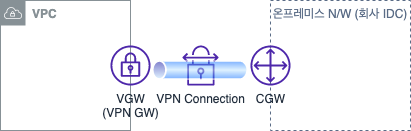
Before: assets/img/dev/2022/1210/1210_design.png, a diagram exported from draw.io (assu10/assu10.github.io). Source tidied: cells renumbered, new cells last; positions are measured from the earlier drawing's top-left corner, leaving out a move shared by most shapes. The source it was exported from:
```xml
<mxGraphModel>
  <root>
    <mxCell id="0" />
    <mxCell id="1" parent="0" />
    <mxCell id="2" value="온프레미스 N/W (회사 IDC)" style="fillColor=none;strokeColor=#5A6C86;dashed=1;verticalAlign=top;fontStyle=0;fontColor=#5A6C86;" parent="1" vertex="1">
      <mxGeometry x="270" width="140" height="130" as="geometry" />
    </mxCell>
    <mxCell id="3" value="&lt;b&gt;VPC&lt;/b&gt;" style="sketch=0;gradientColor=none;html=1;whiteSpace=wrap;fontSize=12;fontStyle=0;shape=mxgraph.aws4.group;grIcon=mxgraph.aws4.group_vpc;strokeColor=#879196;fillColor=none;verticalAlign=top;align=left;spacingLeft=30;fontColor=#879196;dashed=0;" parent="1" vertex="1">
      <mxGeometry width="130" height="130" as="geometry" />
    </mxCell>
    <mxCell id="4" value="CGW" style="sketch=0;fontColor=#232F3E;gradientColor=none;fillColor=#4D27AA;strokeColor=none;dashed=0;verticalLabelPosition=bottom;verticalAlign=top;align=center;html=1;fontSize=12;fontStyle=0;shape=mxgraph.aws4.customer_gateway;" parent="1" vertex="1">
      <mxGeometry x="250" y="45" width="40" height="40" as="geometry" />
    </mxCell>
    <mxCell id="5" value="VPN Connection" style="sketch=0;fontColor=#232F3E;gradientColor=none;fillColor=#4D27AA;strokeColor=none;dashed=0;verticalLabelPosition=bottom;verticalAlign=top;align=center;html=1;fontSize=12;fontStyle=0;shape=mxgraph.aws4.vpn_connection;" parent="1" vertex="1">
      <mxGeometry x="180" y="45" width="40" height="40" as="geometry" />
    </mxCell>
    <mxCell id="6" value="VGW&lt;br&gt;(VPN GW)" style="sketch=0;fontColor=#232F3E;gradientColor=none;fillColor=#4D27AA;strokeColor=none;dashed=0;verticalLabelPosition=bottom;verticalAlign=top;align=center;html=1;fontSize=12;fontStyle=0;shape=mxgraph.aws4.vpn_gateway;" parent="1" vertex="1">
      <mxGeometry x="110" y="45" width="40" height="40" as="geometry" />
    </mxCell>
    <mxCell id="7" style="perimeter=ellipsePerimeter;html=1;align=center;shadow=0;dashed=0;spacingTop=3;image;image=img/lib/active_directory/tunnel.svg;opacity=50;" parent="1" vertex="1">
      <mxGeometry x="150" y="60" width="100" height="20" as="geometry" />
    </mxCell>
  </root>
</mxGraphModel>
```
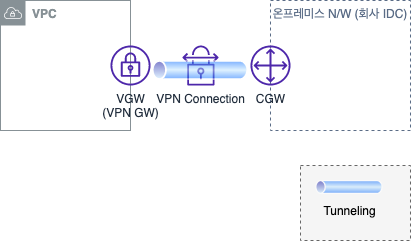
Above is the later version.

What changed in the source:
```diff
@@ -20,5 +20,11 @@
     <mxCell id="7" style="perimeter=ellipsePerimeter;html=1;align=center;shadow=0;dashed=0;spacingTop=3;image;image=img/lib/active_directory/tunnel.svg;opacity=50;" parent="1" vertex="1">
       <mxGeometry x="150" y="60" width="100" height="20" as="geometry" />
     </mxCell>
+    <mxCell id="8" style="rounded=0;whiteSpace=wrap;html=1;fillColor=#f5f5f5;fontColor=#333333;strokeColor=#666666;dashed=1;" parent="1" vertex="1">
+      <mxGeometry x="300" y="165" width="110" height="75" as="geometry" />
+    </mxCell>
+    <mxCell id="9" value="Tunneling" style="perimeter=ellipsePerimeter;html=1;align=center;shadow=0;dashed=0;spacingTop=3;image;image=img/lib/active_directory/tunnel.svg;opacity=50;labelBackgroundColor=none;" parent="1" vertex="1">
+      <mxGeometry x="314" y="180" width="70" height="14" as="geometry" />
+    </mxCell>
   </root>
 </mxGraphModel>
```
